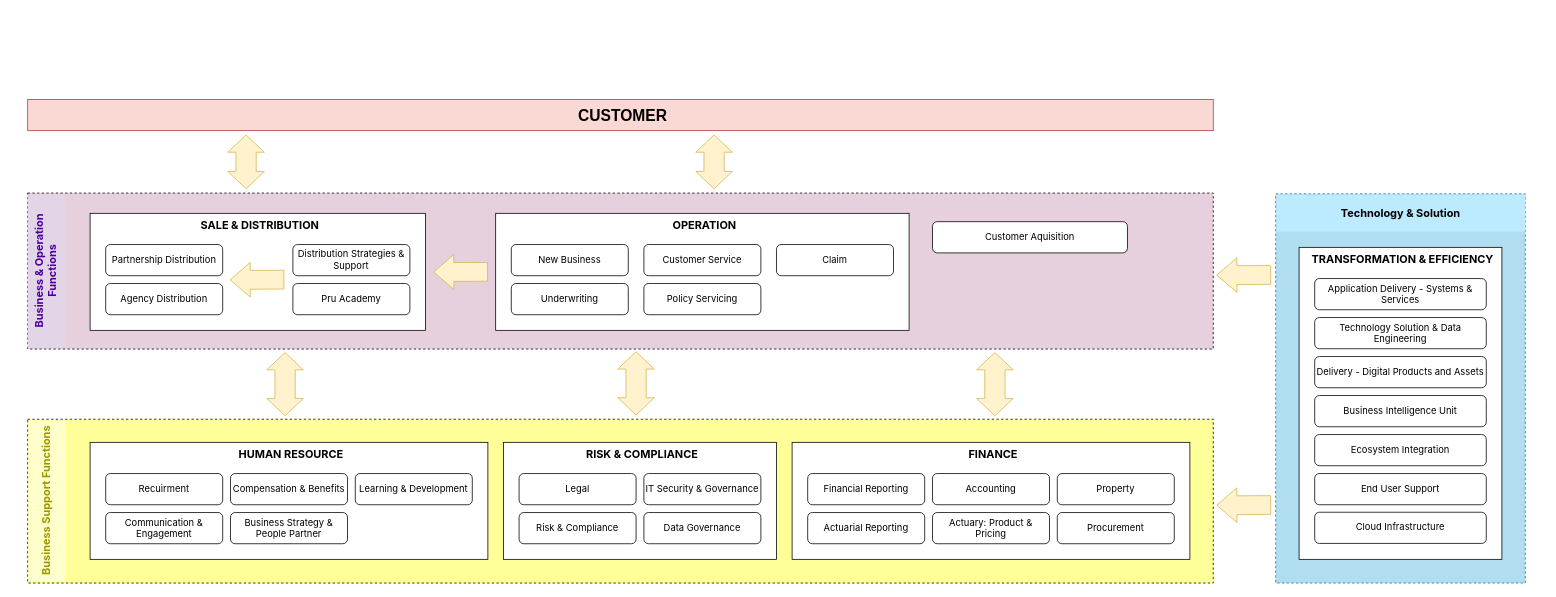
The draw.io diagram page "Business Architecture" (1 of 3) of PCLA Enterprise Architecture.drawio in kirahikaru/learn-prism, before the edit. Source tidied: cells renumbered, new cells numbered last; positions are measured from the earlier drawing's top-left corner, leaving out a move shared by most shapes. Both pictures are drawn from the tidied source at 78%, with x=0, y=0 at pixel (-34, 99).
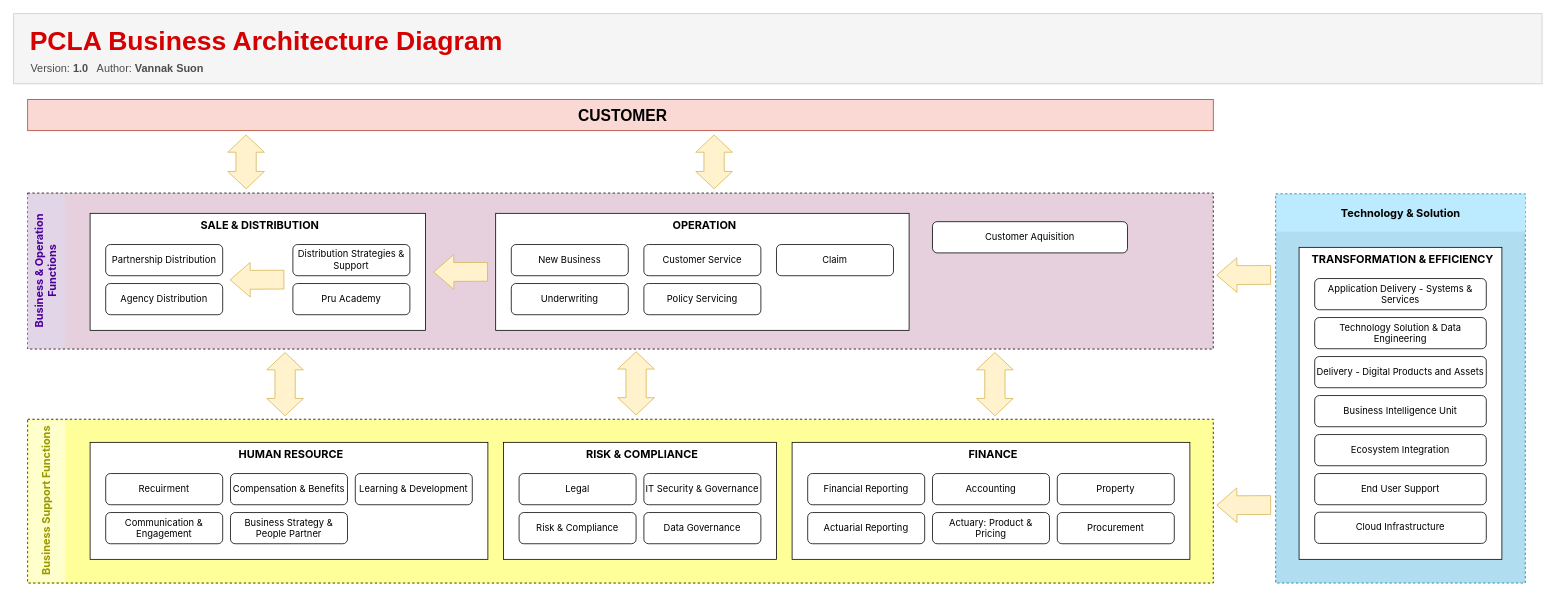
After the change.

Change to the diagram source:
```diff
@@
+    <mxCell id="56" style="rounded=0;whiteSpace=wrap;html=1;shadow=0;sketch=0;fontFamily=Helvetica;fontSize=14;fillColor=#f5f5f5;fontColor=#333333;strokeColor=#CCCCCC;" parent="1" vertex="1">
+      <mxGeometry x="61" y="-110" width="1959.5" height="90" as="geometry" />
+    </mxCell>
+    <mxCell id="57" value="PCLA Business Architecture Diagram" style="text;html=1;strokeColor=none;fillColor=none;align=left;verticalAlign=middle;whiteSpace=wrap;rounded=0;fontSize=34;fontFamily=Helvetica;fontStyle=1;fontColor=#D50000;sketch=0;shadow=0;" parent="1" vertex="1">
+      <mxGeometry x="80" y="-100" width="769.5" height="50" as="geometry" />
+    </mxCell>
+    <mxCell id="58" value="Version: &lt;b&gt;1.0&lt;/b&gt;&lt;span style=&quot;white-space: pre;&quot;&gt; &lt;/span&gt;&lt;span style=&quot;white-space: pre;&quot;&gt; &lt;/span&gt;&lt;span style=&quot;white-space: pre;&quot;&gt; &lt;/span&gt;Author: &lt;b&gt;Vannak Suon&lt;/b&gt;" style="text;html=1;strokeColor=none;fillColor=none;align=left;verticalAlign=middle;whiteSpace=wrap;rounded=0;fontSize=14;fontFamily=Helvetica;fontStyle=0;fontColor=#4D4D4D;sketch=0;shadow=0;" parent="1" vertex="1">
+      <mxGeometry x="81" y="-50" width="769.5" height="20" as="geometry" />
+    </mxCell>
```
